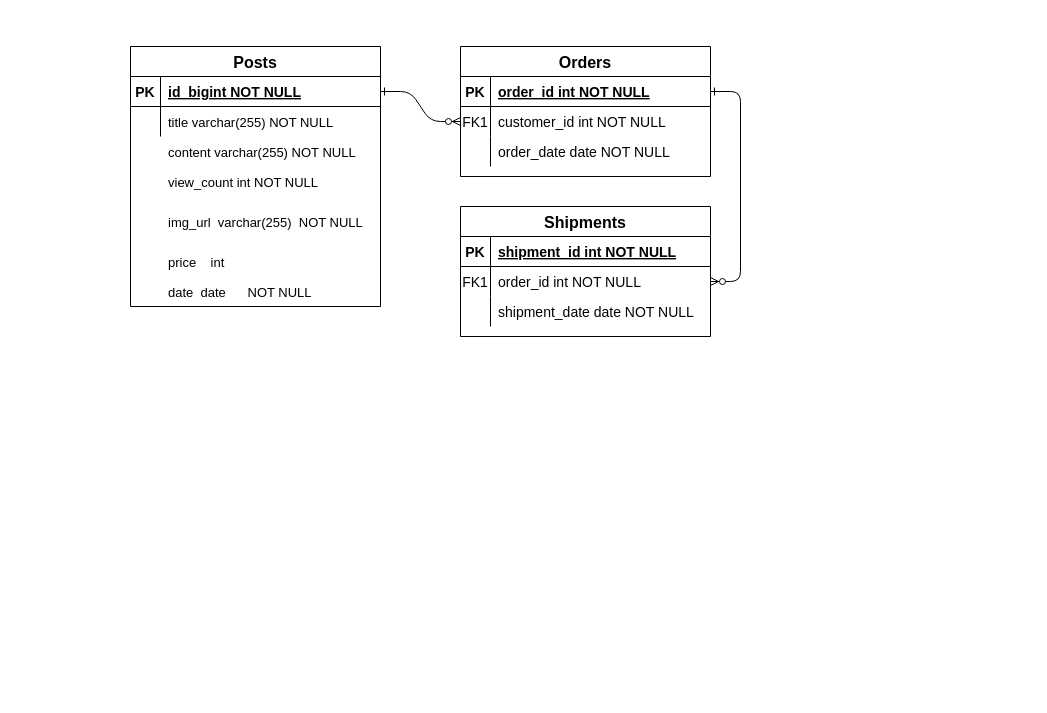
Above: Untitled Diagram.drawio in nhyun01/create-online-profile-card (draw.io), before the change. Source tidied: cells renumbered, new cells numbered last; positions are measured from the earlier drawing's top-left corner, leaving out a move shared by most shapes. Both pictures are drawn from the tidied source at 100%, with x=0, y=0 at pixel (130, 46).
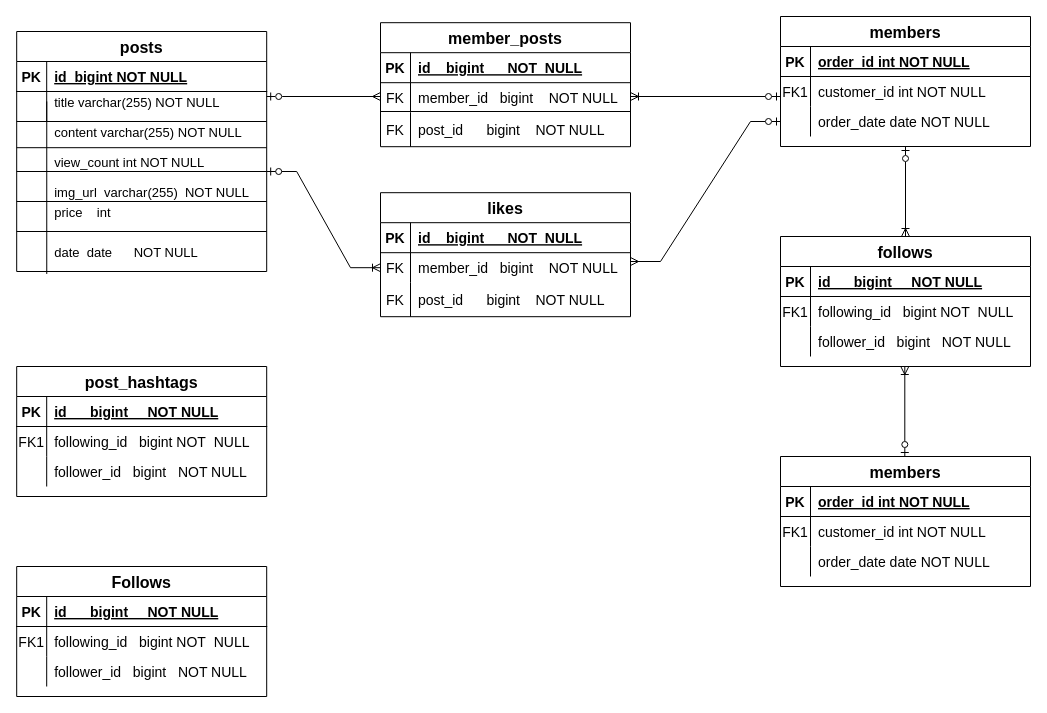
The same diagram, later.

Unchanged cells that the change refers to:
```xml
<mxCell id="5" style="shape=partialRectangle;fillColor=none;points=[[0,0.5],[1,0.5]];portConstraint=eastwest;top=0;left=0;right=0;bottom=1;fontSize=14;" parent="4" vertex="1">
  <mxGeometry y="30" width="250" height="30" as="geometry" />
</mxCell>
<mxCell id="8" style="shape=partialRectangle;fillColor=none;points=[[0,0.5],[1,0.5]];portConstraint=eastwest;top=0;left=0;right=0;bottom=0;fontSize=14;" parent="4" vertex="1">
  <mxGeometry y="60" width="250" height="30" as="geometry" />
</mxCell>
<mxCell id="11" style="shape=partialRectangle;fillColor=none;points=[[0,0.5],[1,0.5]];portConstraint=eastwest;top=0;left=0;right=0;bottom=0;fontSize=14;" parent="4" vertex="1">
  <mxGeometry y="90" width="250" height="30" as="geometry" />
</mxCell>
<mxCell id="15" style="shape=partialRectangle;fillColor=none;top=0;left=0;right=0;bottom=1;fontSize=14;" parent="14" vertex="1">
  <mxGeometry y="30" width="250" height="30" as="geometry" />
</mxCell>
<mxCell id="18" style="shape=partialRectangle;fillColor=none;points=[[0,0.5],[1,0.5]];portConstraint=eastwest;top=0;left=0;right=0;bottom=0;fontSize=14;" parent="14" vertex="1">
  <mxGeometry y="60" width="250" height="30" as="geometry" />
</mxCell>
<mxCell id="21" style="shape=partialRectangle;fillColor=none;top=0;left=0;right=0;bottom=0;fontSize=14;" parent="14" vertex="1">
  <mxGeometry y="90" width="250" height="30" as="geometry" />
</mxCell>
<mxCell id="25" style="shape=partialRectangle;fillColor=none;points=[[0,0.5],[1,0.5]];portConstraint=eastwest;top=0;left=0;right=0;bottom=1;fontSize=14;" parent="24" vertex="1">
  <mxGeometry y="30" width="250" height="30" as="geometry" />
</mxCell>
<mxCell id="28" style="shape=partialRectangle;fillColor=none;top=0;left=0;right=0;bottom=0;fontSize=14;" parent="24" vertex="1">
  <mxGeometry y="60" width="250" height="30" as="geometry" />
</mxCell>
```

The edit, as a diff of the source:
```diff
@@
-    <mxCell id="2" style="edgeStyle=entityRelationEdgeStyle;endArrow=ERzeroToMany;startArrow=ERone;endFill=1;startFill=0;fontSize=14;" parent="1" edge="1" source="25" target="8">
-      <mxGeometry relative="1" as="geometry" />
-    </mxCell>
-    <mxCell id="3" style="edgeStyle=entityRelationEdgeStyle;endArrow=ERzeroToMany;startArrow=ERone;endFill=1;startFill=0;fontSize=14;" parent="1" edge="1" source="5" target="18">
-      <mxGeometry relative="1" as="geometry" />
-    </mxCell>
-    <mxCell id="4" value="Orders" style="shape=table;startSize=30;childLayout=tableLayout;rowLines=0;fontStyle=1;align=center;fontSize=16;" parent="1" vertex="1">
-      <mxGeometry x="330" width="250" height="130" as="geometry" />
+    <mxCell id="4" value="members" style="shape=table;startSize=30;childLayout=tableLayout;rowLines=0;fontStyle=1;align=center;fontSize=16;" parent="1" vertex="1">
+      <mxGeometry x="650" y="-30" width="250" height="130" as="geometry" />
     </mxCell>
@@
-    <mxCell id="14" value="Shipments" style="shape=table;startSize=30;childLayout=tableLayout;rowLines=0;fontStyle=1;align=center;fontSize=16;" parent="1" vertex="1">
-      <mxGeometry x="330" y="160" width="250" height="130" as="geometry" />
+    <mxCell id="14" value="follows" style="shape=table;startSize=30;childLayout=tableLayout;rowLines=0;fontStyle=1;align=center;fontSize=16;" parent="1" vertex="1">
+      <mxGeometry x="650" y="190" width="250" height="130" as="geometry" />
     </mxCell>
@@
-    <mxCell id="17" value="shipment_id int NOT NULL " style="shape=partialRectangle;overflow=hidden;fillColor=none;top=0;left=0;bottom=0;right=0;align=left;spacingLeft=6;fontStyle=5;fontSize=14;" parent="15" vertex="1">
+    <mxCell id="17" value="id      bigint     NOT NULL" style="shape=partialRectangle;overflow=hidden;fillColor=none;top=0;left=0;bottom=0;right=0;align=left;spacingLeft=6;fontStyle=5;fontSize=14;" parent="15" vertex="1">
       <mxGeometry x="30" width="220" height="30" as="geometry" />
     </mxCell>
@@
-    <mxCell id="20" value="order_id int NOT NULL" style="shape=partialRectangle;overflow=hidden;fillColor=none;top=0;left=0;bottom=0;right=0;align=left;spacingLeft=6;fontSize=14;" parent="18" vertex="1">
+    <mxCell id="20" value="following_id   bigint NOT  NULL" style="shape=partialRectangle;overflow=hidden;fillColor=none;top=0;left=0;bottom=0;right=0;align=left;spacingLeft=6;fontSize=14;" parent="18" vertex="1">
       <mxGeometry x="30" width="220" height="30" as="geometry" />
     </mxCell>
@@
-    <mxCell id="23" value="shipment_date date NOT NULL" style="shape=partialRectangle;overflow=hidden;fillColor=none;top=0;left=0;bottom=0;right=0;align=left;spacingLeft=6;fontSize=14;" parent="21" vertex="1">
+    <mxCell id="23" value="follower_id   bigint   NOT NULL" style="shape=partialRectangle;overflow=hidden;fillColor=none;top=0;left=0;bottom=0;right=0;align=left;spacingLeft=6;fontSize=14;" parent="21" vertex="1">
       <mxGeometry x="30" width="220" height="30" as="geometry" />
     </mxCell>
-    <mxCell id="24" value="Posts" style="shape=table;startSize=30;childLayout=tableLayout;rowLines=0;fontStyle=1;align=center;fontSize=16;" parent="1" vertex="1">
-      <mxGeometry width="250" height="260" as="geometry" />
+    <mxCell id="24" value="posts" style="shape=table;startSize=30;childLayout=tableLayout;rowLines=0;fontStyle=1;align=center;fontSize=16;" parent="1" vertex="1">
+      <mxGeometry x="-113.8" y="-15" width="250" height="240" as="geometry" />
     </mxCell>
@@
-    <mxCell id="29" style="shape=partialRectangle;overflow=hidden;fillColor=none;top=0;left=0;bottom=0;right=0;fontSize=14;" parent="28" vertex="1">
+    <mxCell id="29" style="shape=partialRectangle;overflow=hidden;top=0;left=0;bottom=0;right=0;fontSize=14;perimeterSpacing=1;fillColor=none;" parent="28" vertex="1">
       <mxGeometry width="30" height="30" as="geometry" />
     </mxCell>
@@
     <mxCell id="31" value="title varchar(255) NOT NULL" style="shape=partialRectangle;overflow=hidden;fillColor=none;top=0;left=0;bottom=0;right=0;align=left;spacingLeft=6;fontSize=13;perimeterSpacing=1;" parent="1" vertex="1">
-      <mxGeometry x="30" y="60" width="220" height="30" as="geometry" />
+      <mxGeometry x="-83.8" y="40" width="220" height="30" as="geometry" />
     </mxCell>
-    <mxCell id="32" value="content varchar(255) NOT NULL" style="shape=partialRectangle;overflow=hidden;fillColor=none;top=0;left=0;bottom=0;right=0;align=left;spacingLeft=6;fontSize=13;perimeterSpacing=1;strokeColor=default;" parent="1" vertex="1">
-      <mxGeometry x="30" y="90" width="220" height="30" as="geometry" />
+    <mxCell id="32" value="content varchar(255) NOT NULL" style="shape=partialRectangle;overflow=hidden;top=0;left=0;bottom=0;right=0;align=left;spacingLeft=6;fontSize=13;perimeterSpacing=3;fillColor=none;strokeWidth=3;strokeColor=default;" parent="1" vertex="1">
+      <mxGeometry x="-83.8" y="70" width="220" height="30" as="geometry" />
     </mxCell>
     <mxCell id="33" value="view_count int NOT NULL" style="shape=partialRectangle;overflow=hidden;fillColor=none;top=0;left=0;bottom=0;right=0;align=left;spacingLeft=6;fontSize=13;perimeterSpacing=1;" parent="1" vertex="1">
-      <mxGeometry x="30" y="120" width="220" height="30" as="geometry" />
+      <mxGeometry x="-83.8" y="100" width="220" height="30" as="geometry" />
     </mxCell>
     <mxCell id="34" value="img_url  varchar(255)  NOT NULL" style="shape=partialRectangle;overflow=hidden;fillColor=none;top=0;left=0;bottom=0;right=0;align=left;spacingLeft=6;fontSize=13;perimeterSpacing=1;" parent="1" vertex="1">
-      <mxGeometry x="30" y="160" width="220" height="30" as="geometry" />
+      <mxGeometry x="-83.8" y="130" width="220" height="30" as="geometry" />
     </mxCell>
     <mxCell id="35" value="price    int          " style="shape=partialRectangle;overflow=hidden;fillColor=none;top=0;left=0;bottom=0;right=0;align=left;spacingLeft=6;fontSize=13;perimeterSpacing=1;" parent="1" vertex="1">
-      <mxGeometry x="30" y="200" width="220" height="30" as="geometry" />
+      <mxGeometry x="-83.8" y="150" width="220" height="30" as="geometry" />
     </mxCell>
     <mxCell id="36" value="date  date      NOT NULL" style="shape=partialRectangle;overflow=hidden;fillColor=none;top=0;left=0;bottom=0;right=0;align=left;spacingLeft=6;fontSize=13;perimeterSpacing=1;" parent="1" vertex="1">
-      <mxGeometry x="30" y="230" width="220" height="30" as="geometry" />
+      <mxGeometry x="-83.8" y="190" width="220" height="30" as="geometry" />
     </mxCell>
+    <mxCell id="37" style="line;strokeWidth=1;html=1;perimeter=backbonePerimeter;fontSize=13;fillColor=none;rotation=90;" parent="1" vertex="1">
+      <mxGeometry x="-170" y="136.2" width="172.5" height="10" as="geometry" />
+    </mxCell>
+    <mxCell id="38" style="line;strokeWidth=1;html=1;fontSize=13;fillColor=none;" parent="1" vertex="1">
+      <mxGeometry x="-113.8" y="70" width="250" height="10" as="geometry" />
+    </mxCell>
+    <mxCell id="39" style="line;strokeWidth=1;html=1;fontSize=13;fillColor=none;" parent="1" vertex="1">
+      <mxGeometry x="-113.8" y="96.2" width="250" height="10" as="geometry" />
+    </mxCell>
+    <mxCell id="40" style="line;strokeWidth=1;html=1;fontSize=13;fillColor=none;" parent="1" vertex="1">
+      <mxGeometry x="-113.8" y="120" width="250" height="10" as="geometry" />
+    </mxCell>
+    <mxCell id="41" style="line;strokeWidth=1;html=1;fontSize=13;fillColor=none;" parent="1" vertex="1">
+      <mxGeometry x="-113.8" y="150" width="250" height="10" as="geometry" />
+    </mxCell>
+    <mxCell id="42" style="line;strokeWidth=1;html=1;fontSize=13;fillColor=none;" parent="1" vertex="1">
+      <mxGeometry x="-113.8" y="180" width="250" height="10" as="geometry" />
+    </mxCell>
+    <mxCell id="43" value="member_posts" style="shape=table;startSize=30;childLayout=tableLayout;rowLines=0;fontStyle=1;align=center;fontSize=16;" parent="1" vertex="1">
+      <mxGeometry x="250" y="-23.8" width="250" height="124" as="geometry" />
+    </mxCell>
+    <mxCell id="44" style="shape=partialRectangle;fillColor=none;top=0;left=0;right=0;bottom=1;fontSize=14;" parent="43" vertex="1">
+      <mxGeometry y="30" width="250" height="30" as="geometry" />
+    </mxCell>
+    <mxCell id="45" value="PK" style="shape=partialRectangle;overflow=hidden;fillColor=none;top=0;left=0;bottom=0;right=0;fontStyle=1;fontSize=14;" parent="44" vertex="1">
+      <mxGeometry width="30" height="30" as="geometry" />
+    </mxCell>
+    <mxCell id="46" value="id    bigint      NOT  NULL" style="shape=partialRectangle;overflow=hidden;fillColor=none;top=0;left=0;bottom=0;right=0;align=left;spacingLeft=6;fontStyle=5;fontSize=14;" parent="44" vertex="1">
+      <mxGeometry x="30" width="220" height="30" as="geometry" />
+    </mxCell>
+    <mxCell id="47" style="shape=partialRectangle;fillColor=none;top=0;left=0;right=0;bottom=0;fontSize=14;" parent="43" vertex="1">
+      <mxGeometry y="60" width="250" height="30" as="geometry" />
+    </mxCell>
+    <mxCell id="48" value="FK" style="shape=partialRectangle;overflow=hidden;fillColor=none;top=0;left=0;bottom=0;right=0;fontSize=14;" parent="47" vertex="1">
+      <mxGeometry width="30" height="30" as="geometry" />
+    </mxCell>
+    <mxCell id="49" value="member_id   bigint    NOT NULL" style="shape=partialRectangle;overflow=hidden;fillColor=none;top=0;left=0;bottom=0;right=0;align=left;spacingLeft=6;fontSize=14;" parent="47" vertex="1">
+      <mxGeometry x="30" width="220" height="30" as="geometry" />
+    </mxCell>
+    <mxCell id="50" style="shape=partialRectangle;fillColor=none;top=0;left=0;right=0;bottom=0;fontSize=14;" parent="43" vertex="1">
+      <mxGeometry y="90" width="250" height="34" as="geometry" />
+    </mxCell>
+    <mxCell id="51" value="FK" style="shape=partialRectangle;overflow=hidden;fillColor=none;top=0;left=0;bottom=0;right=0;fontSize=14;" parent="50" vertex="1">
+      <mxGeometry width="30" height="34" as="geometry" />
+    </mxCell>
+    <mxCell id="52" value="post_id      bigint    NOT NULL" style="shape=partialRectangle;overflow=hidden;fillColor=none;top=0;left=0;bottom=0;right=0;align=left;spacingLeft=6;fontSize=14;" parent="50" vertex="1">
+      <mxGeometry x="30" width="220" height="34" as="geometry" />
+    </mxCell>
+    <mxCell id="53" style="line;strokeWidth=1;html=1;fontSize=13;fillColor=none;" parent="1" vertex="1">
+      <mxGeometry x="250" y="60" width="250" height="10" as="geometry" />
+    </mxCell>
+    <mxCell id="54" value="likes" style="shape=table;startSize=30;childLayout=tableLayout;rowLines=0;fontStyle=1;align=center;fontSize=16;" parent="1" vertex="1">
+      <mxGeometry x="250" y="146.2" width="250" height="124" as="geometry" />
+    </mxCell>
+    <mxCell id="55" style="shape=partialRectangle;fillColor=none;top=0;left=0;right=0;bottom=1;fontSize=14;" parent="54" vertex="1">
+      <mxGeometry y="30" width="250" height="30" as="geometry" />
+    </mxCell>
+    <mxCell id="56" value="PK" style="shape=partialRectangle;overflow=hidden;fillColor=none;top=0;left=0;bottom=0;right=0;fontStyle=1;fontSize=14;" parent="55" vertex="1">
+      <mxGeometry width="30" height="30" as="geometry" />
+    </mxCell>
+    <mxCell id="57" value="id    bigint      NOT  NULL" style="shape=partialRectangle;overflow=hidden;fillColor=none;top=0;left=0;bottom=0;right=0;align=left;spacingLeft=6;fontStyle=5;fontSize=14;" parent="55" vertex="1">
+      <mxGeometry x="30" width="220" height="30" as="geometry" />
+    </mxCell>
+    <mxCell id="58" style="shape=partialRectangle;fillColor=none;points=[[0,0.5],[1,0.5]];portConstraint=eastwest;top=0;left=0;right=0;bottom=0;fontSize=14;" parent="54" vertex="1">
+      <mxGeometry y="60" width="250" height="30" as="geometry" />
+    </mxCell>
+    <mxCell id="59" value="FK" style="shape=partialRectangle;overflow=hidden;fillColor=none;top=0;left=0;bottom=0;right=0;fontSize=14;" parent="58" vertex="1">
+      <mxGeometry width="30" height="30" as="geometry" />
+    </mxCell>
+    <mxCell id="60" value="member_id   bigint    NOT NULL" style="shape=partialRectangle;overflow=hidden;fillColor=none;top=0;left=0;bottom=0;right=0;align=left;spacingLeft=6;fontSize=14;" parent="58" vertex="1">
+      <mxGeometry x="30" width="220" height="30" as="geometry" />
+    </mxCell>
+    <mxCell id="61" style="shape=partialRectangle;fillColor=none;top=0;left=0;right=0;bottom=0;fontSize=14;" parent="54" vertex="1">
+      <mxGeometry y="90" width="250" height="34" as="geometry" />
+    </mxCell>
+    <mxCell id="62" value="FK" style="shape=partialRectangle;overflow=hidden;fillColor=none;top=0;left=0;bottom=0;right=0;fontSize=14;" parent="61" vertex="1">
+      <mxGeometry width="30" height="34" as="geometry" />
+    </mxCell>
+    <mxCell id="63" value="post_id      bigint    NOT NULL" style="shape=partialRectangle;overflow=hidden;fillColor=none;top=0;left=0;bottom=0;right=0;align=left;spacingLeft=6;fontSize=14;" parent="61" vertex="1">
+      <mxGeometry x="30" width="220" height="34" as="geometry" />
+    </mxCell>
+    <mxCell id="64" style="edgeStyle=entityRelationEdgeStyle;fontSize=12;html=1;endArrow=ERoneToMany;startArrow=ERzeroToOne;rounded=0;exitX=1;exitY=0.5;exitDx=0;exitDy=0;exitPerimeter=0;entryX=0;entryY=0.5;entryDx=0;entryDy=0;" parent="1" edge="1" source="40" target="58">
+      <mxGeometry relative="1" as="geometry" />
+    </mxCell>
+    <mxCell id="65" style="fontSize=12;html=1;endArrow=ERzeroToOne;startArrow=ERoneToMany;rounded=0;startFill=0;endFill=0;" parent="1" edge="1">
+      <mxGeometry relative="1" as="geometry">
+        <mxPoint x="500" y="50" as="sourcePoint" />
+        <mxPoint x="650" y="50" as="targetPoint" />
+      </mxGeometry>
+    </mxCell>
+    <mxCell id="66" style="fontSize=12;html=1;endArrow=ERmany;startArrow=ERzeroToOne;rounded=0;startFill=0;endFill=0;" parent="1" edge="1">
+      <mxGeometry relative="1" as="geometry">
+        <mxPoint x="136.2" y="50" as="sourcePoint" />
+        <mxPoint x="250" y="50" as="targetPoint" />
+      </mxGeometry>
+    </mxCell>
+    <mxCell id="67" style="edgeStyle=entityRelationEdgeStyle;fontSize=12;html=1;endArrow=ERzeroToOne;startArrow=ERmany;rounded=0;startFill=0;endFill=0;entryX=0;entryY=0.5;entryDx=0;entryDy=0;" parent="1" edge="1" target="11">
+      <mxGeometry relative="1" as="geometry">
+        <mxPoint x="500" y="215" as="sourcePoint" />
+      </mxGeometry>
+    </mxCell>
+    <mxCell id="68" style="fontSize=12;html=1;endArrow=ERzeroToOne;startArrow=ERoneToMany;rounded=0;exitX=0.5;exitY=0;exitDx=0;exitDy=0;entryX=0.5;entryY=1;entryDx=0;entryDy=0;startFill=0;endFill=0;" parent="1" edge="1" source="14" target="4">
+      <mxGeometry relative="1" as="geometry" />
+    </mxCell>
+    <mxCell id="69" value="members" style="shape=table;startSize=30;childLayout=tableLayout;rowLines=0;fontStyle=1;align=center;fontSize=16;" parent="1" vertex="1">
+      <mxGeometry x="650" y="410" width="250" height="130" as="geometry" />
+    </mxCell>
+    <mxCell id="70" style="shape=partialRectangle;fillColor=none;top=0;left=0;right=0;bottom=1;fontSize=14;" parent="69" vertex="1">
+      <mxGeometry y="30" width="250" height="30" as="geometry" />
+    </mxCell>
+    <mxCell id="71" value="PK" style="shape=partialRectangle;overflow=hidden;fillColor=none;top=0;left=0;bottom=0;right=0;fontStyle=1;fontSize=14;" parent="70" vertex="1">
+      <mxGeometry width="30" height="30" as="geometry" />
+    </mxCell>
+    <mxCell id="72" value="order_id int NOT NULL " style="shape=partialRectangle;overflow=hidden;fillColor=none;top=0;left=0;bottom=0;right=0;align=left;spacingLeft=6;fontStyle=5;fontSize=14;" parent="70" vertex="1">
+      <mxGeometry x="30" width="220" height="30" as="geometry" />
+    </mxCell>
+    <mxCell id="73" style="shape=partialRectangle;fillColor=none;top=0;left=0;right=0;bottom=0;fontSize=14;" parent="69" vertex="1">
+      <mxGeometry y="60" width="250" height="30" as="geometry" />
+    </mxCell>
+    <mxCell id="74" value="FK1" style="shape=partialRectangle;overflow=hidden;fillColor=none;top=0;left=0;bottom=0;right=0;fontSize=14;" parent="73" vertex="1">
+      <mxGeometry width="30" height="30" as="geometry" />
+    </mxCell>
+    <mxCell id="75" value="customer_id int NOT NULL" style="shape=partialRectangle;overflow=hidden;fillColor=none;top=0;left=0;bottom=0;right=0;align=left;spacingLeft=6;fontSize=14;" parent="73" vertex="1">
+      <mxGeometry x="30" width="220" height="30" as="geometry" />
+    </mxCell>
+    <mxCell id="76" style="shape=partialRectangle;fillColor=none;top=0;left=0;right=0;bottom=0;fontSize=14;" parent="69" vertex="1">
+      <mxGeometry y="90" width="250" height="30" as="geometry" />
+    </mxCell>
+    <mxCell id="77" style="shape=partialRectangle;overflow=hidden;fillColor=none;top=0;left=0;bottom=0;right=0;fontSize=14;" parent="76" vertex="1">
+      <mxGeometry width="30" height="30" as="geometry" />
+    </mxCell>
+    <mxCell id="78" value="order_date date NOT NULL" style="shape=partialRectangle;overflow=hidden;fillColor=none;top=0;left=0;bottom=0;right=0;align=left;spacingLeft=6;fontSize=14;" parent="76" vertex="1">
+      <mxGeometry x="30" width="220" height="30" as="geometry" />
+    </mxCell>
+    <mxCell id="79" style="fontSize=12;html=1;endArrow=ERoneToMany;startArrow=ERzeroToOne;rounded=0;exitX=0.5;exitY=0;exitDx=0;exitDy=0;entryX=0.5;entryY=1;entryDx=0;entryDy=0;startFill=0;endFill=0;" parent="1" edge="1">
+      <mxGeometry relative="1" as="geometry">
+        <mxPoint x="774.3" y="410" as="sourcePoint" />
+        <mxPoint x="774.3" y="320" as="targetPoint" />
+      </mxGeometry>
+    </mxCell>
+    <mxCell id="80" value="post_hashtags" style="shape=table;startSize=30;childLayout=tableLayout;rowLines=0;fontStyle=1;align=center;fontSize=16;" parent="1" vertex="1">
+      <mxGeometry x="-113.8" y="320" width="250" height="130" as="geometry" />
+    </mxCell>
+    <mxCell id="81" style="shape=partialRectangle;fillColor=none;top=0;left=0;right=0;bottom=1;fontSize=14;" parent="80" vertex="1">
+      <mxGeometry y="30" width="250" height="30" as="geometry" />
+    </mxCell>
+    <mxCell id="82" value="PK" style="shape=partialRectangle;overflow=hidden;fillColor=none;top=0;left=0;bottom=0;right=0;fontStyle=1;fontSize=14;" parent="81" vertex="1">
+      <mxGeometry width="30" height="30" as="geometry" />
+    </mxCell>
+    <mxCell id="83" value="id      bigint     NOT NULL" style="shape=partialRectangle;overflow=hidden;fillColor=none;top=0;left=0;bottom=0;right=0;align=left;spacingLeft=6;fontStyle=5;fontSize=14;" parent="81" vertex="1">
+      <mxGeometry x="30" width="220" height="30" as="geometry" />
+    </mxCell>
+    <mxCell id="84" style="shape=partialRectangle;fillColor=none;top=0;left=0;right=0;bottom=0;fontSize=14;" parent="80" vertex="1">
+      <mxGeometry y="60" width="250" height="30" as="geometry" />
+    </mxCell>
+    <mxCell id="85" value="FK1" style="shape=partialRectangle;overflow=hidden;fillColor=none;top=0;left=0;bottom=0;right=0;fontSize=14;" parent="84" vertex="1">
+      <mxGeometry width="30" height="30" as="geometry" />
+    </mxCell>
+    <mxCell id="86" value="following_id   bigint NOT  NULL" style="shape=partialRectangle;overflow=hidden;fillColor=none;top=0;left=0;bottom=0;right=0;align=left;spacingLeft=6;fontSize=14;" parent="84" vertex="1">
+      <mxGeometry x="30" width="220" height="30" as="geometry" />
+    </mxCell>
+    <mxCell id="87" style="shape=partialRectangle;fillColor=none;top=0;left=0;right=0;bottom=0;fontSize=14;" parent="80" vertex="1">
+      <mxGeometry y="90" width="250" height="30" as="geometry" />
+    </mxCell>
+    <mxCell id="88" style="shape=partialRectangle;overflow=hidden;fillColor=none;top=0;left=0;bottom=0;right=0;fontSize=14;" parent="87" vertex="1">
+      <mxGeometry width="30" height="30" as="geometry" />
+    </mxCell>
+    <mxCell id="89" value="follower_id   bigint   NOT NULL" style="shape=partialRectangle;overflow=hidden;fillColor=none;top=0;left=0;bottom=0;right=0;align=left;spacingLeft=6;fontSize=14;" parent="87" vertex="1">
+      <mxGeometry x="30" width="220" height="30" as="geometry" />
+    </mxCell>
+    <mxCell id="90" value="Follows" style="shape=table;startSize=30;childLayout=tableLayout;rowLines=0;fontStyle=1;align=center;fontSize=16;" parent="1" vertex="1">
+      <mxGeometry x="-113.8" y="520" width="250" height="130" as="geometry" />
+    </mxCell>
+    <mxCell id="91" style="shape=partialRectangle;fillColor=none;top=0;left=0;right=0;bottom=1;fontSize=14;" parent="90" vertex="1">
+      <mxGeometry y="30" width="250" height="30" as="geometry" />
+    </mxCell>
+    <mxCell id="92" value="PK" style="shape=partialRectangle;overflow=hidden;fillColor=none;top=0;left=0;bottom=0;right=0;fontStyle=1;fontSize=14;" parent="91" vertex="1">
+      <mxGeometry width="30" height="30" as="geometry" />
+    </mxCell>
+    <mxCell id="93" value="id      bigint     NOT NULL" style="shape=partialRectangle;overflow=hidden;fillColor=none;top=0;left=0;bottom=0;right=0;align=left;spacingLeft=6;fontStyle=5;fontSize=14;" parent="91" vertex="1">
+      <mxGeometry x="30" width="220" height="30" as="geometry" />
+    </mxCell>
+    <mxCell id="94" style="shape=partialRectangle;fillColor=none;top=0;left=0;right=0;bottom=0;fontSize=14;" parent="90" vertex="1">
+      <mxGeometry y="60" width="250" height="30" as="geometry" />
+    </mxCell>
+    <mxCell id="95" value="FK1" style="shape=partialRectangle;overflow=hidden;fillColor=none;top=0;left=0;bottom=0;right=0;fontSize=14;" parent="94" vertex="1">
+      <mxGeometry width="30" height="30" as="geometry" />
+    </mxCell>
+    <mxCell id="96" value="following_id   bigint NOT  NULL" style="shape=partialRectangle;overflow=hidden;fillColor=none;top=0;left=0;bottom=0;right=0;align=left;spacingLeft=6;fontSize=14;" parent="94" vertex="1">
+      <mxGeometry x="30" width="220" height="30" as="geometry" />
+    </mxCell>
+    <mxCell id="97" style="shape=partialRectangle;fillColor=none;top=0;left=0;right=0;bottom=0;fontSize=14;" parent="90" vertex="1">
+      <mxGeometry y="90" width="250" height="30" as="geometry" />
+    </mxCell>
+    <mxCell id="98" style="shape=partialRectangle;overflow=hidden;fillColor=none;top=0;left=0;bottom=0;right=0;fontSize=14;" parent="97" vertex="1">
+      <mxGeometry width="30" height="30" as="geometry" />
+    </mxCell>
+    <mxCell id="99" value="follower_id   bigint   NOT NULL" style="shape=partialRectangle;overflow=hidden;fillColor=none;top=0;left=0;bottom=0;right=0;align=left;spacingLeft=6;fontSize=14;" parent="97" vertex="1">
+      <mxGeometry x="30" width="220" height="30" as="geometry" />
+    </mxCell>
```
